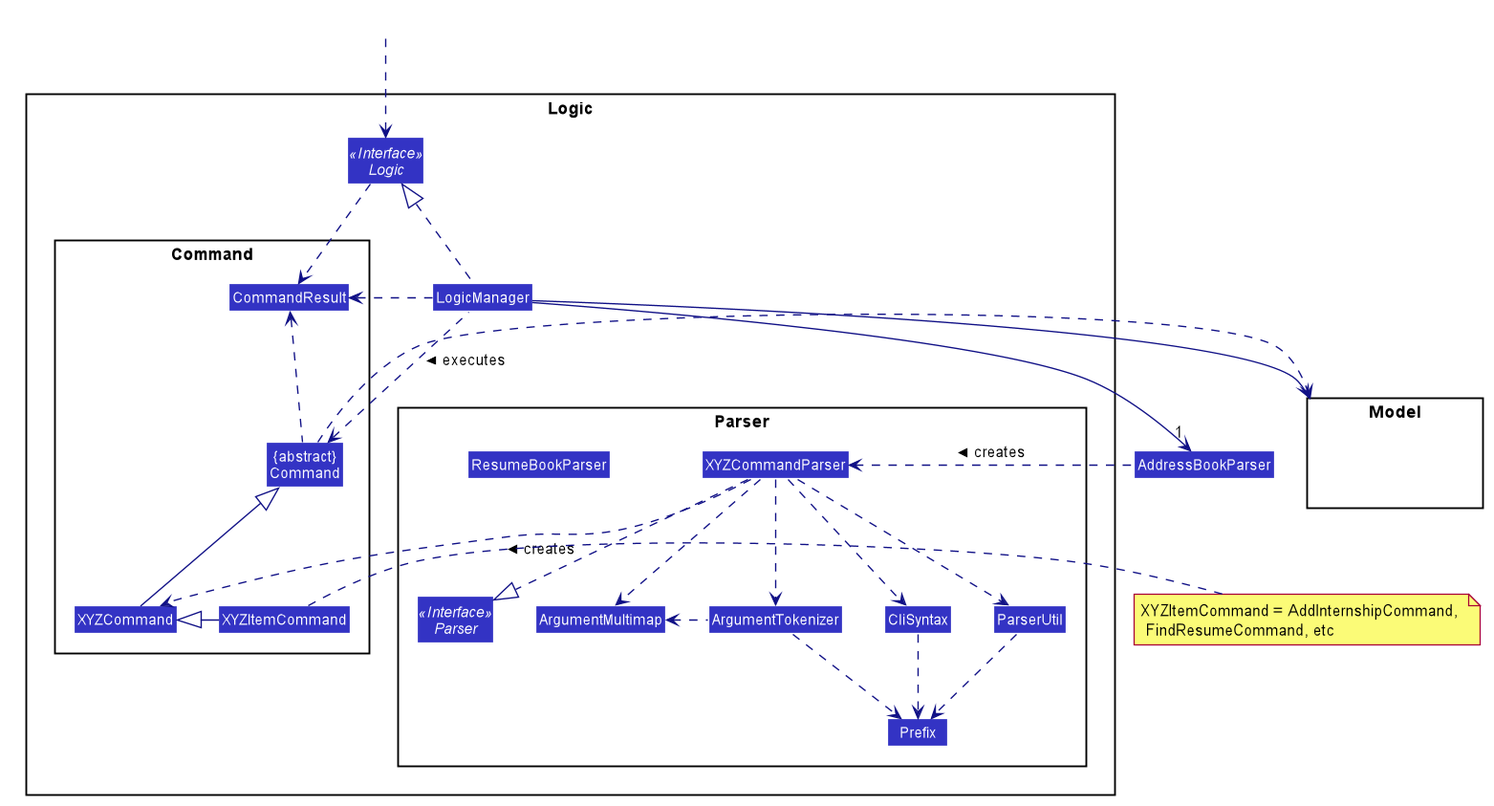
The PlantUML diagram docs/images/LogicClassDiagram.png in wardetu/main, before a commit.
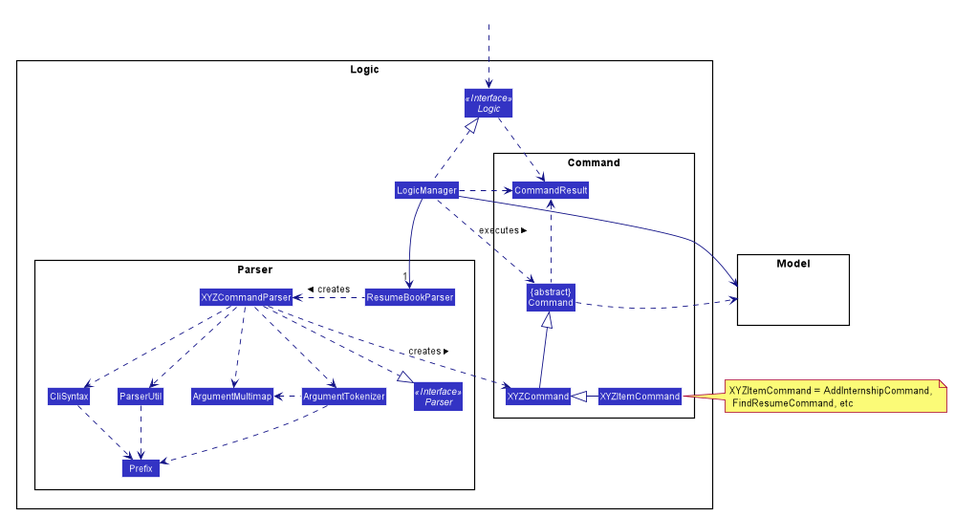
The same file after the commit.

Diff of the diagram source:
```diff
@@ -46,7 +46,7 @@
 skinparam packageStyle Rectangle
 
 hide footbox
-hide members
+hide methods
 hide circle
 skinparam arrowThickness 1.1
 skinparam arrowColor #101086
@@ -84,8 +84,8 @@
 HiddenOutside ..> Logic
 
 LogicManager .up.|> Logic
-LogicManager -->"1" AddressBookParser
-AddressBookParser .left.> XYZCommandParser: creates >
+LogicManager -->"1" ResumeBookParser
+ResumeBookParser .left.> XYZCommandParser: creates >
 
 XYZCommandParser ..> XYZCommand : creates >
 XYZCommandParser ..|> Parser
@@ -110,4 +110,6 @@
 LogicManager .down.> CommandResult
 Command .up.> CommandResult
 CommandResult -[hidden]-> Parser
+
+hide field
 @enduml
```
